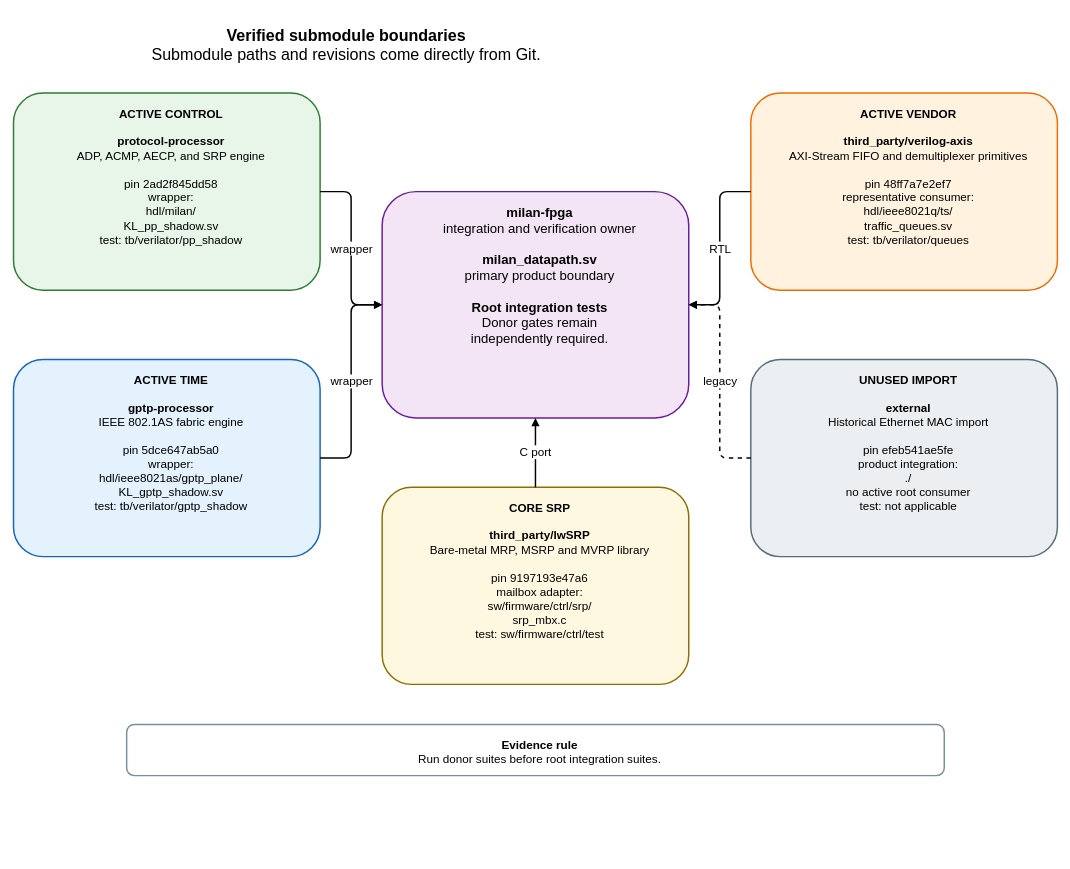
This is docs/diagrams/submodule_boundaries.drawio from kebag-logic/milan-fpga, a draw.io file, before an edit. Source tidied: cells renumbered, new cells numbered last; positions are measured from the earlier drawing's top-left corner, leaving out a move shared by most shapes. Both pictures are drawn from the tidied source at 73%, with x=0, y=0 at pixel (13, 12).
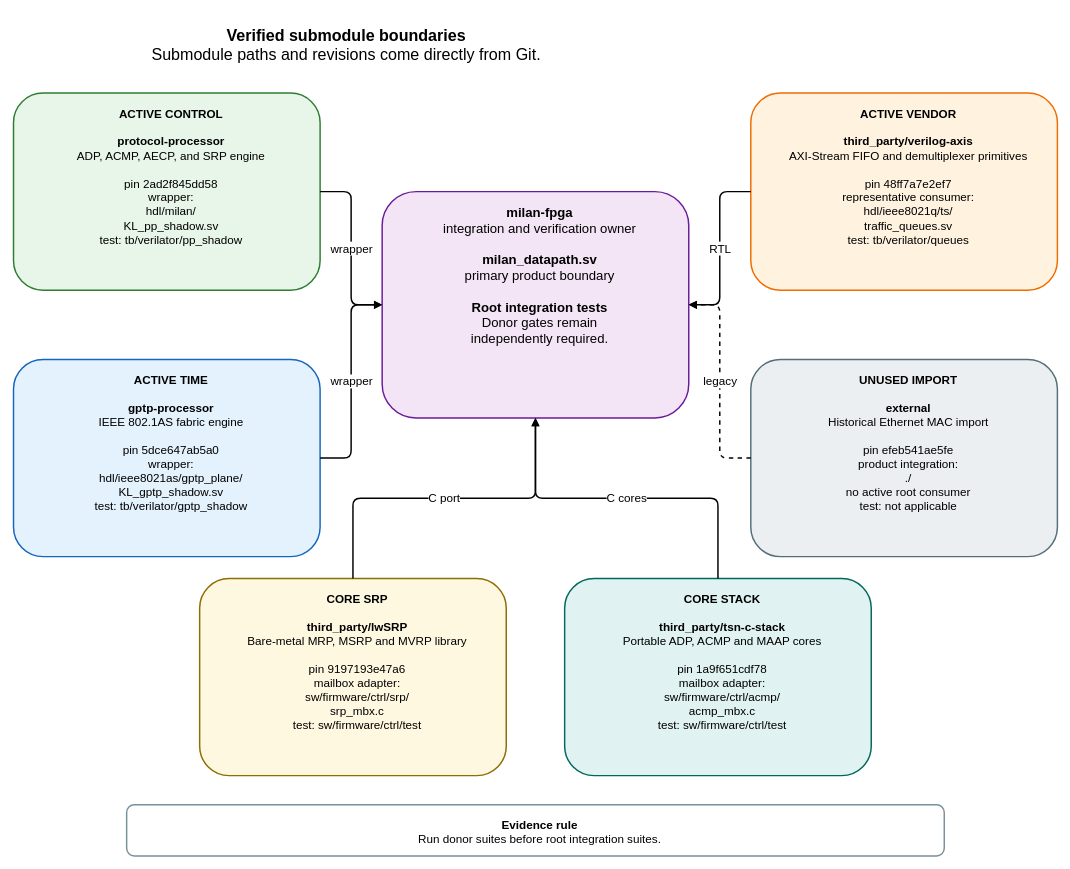
After the change.

Commit message (it also covers changes not shown here):
Add tsn-c-stack as a pinned submodule and trust it in the act manifest

Change to the diagram source:
```diff
@@
 <mxGraphModel>
   <root>
     <mxCell id="0" />
     <mxCell id="1" parent="0" />
     <mxCell id="2" value="&lt;b&gt;Verified submodule boundaries&lt;/b&gt;&lt;br&gt;Submodule paths and revisions come directly from Git." style="rounded=1;whiteSpace=wrap;html=1;verticalAlign=top;spacingTop=12;spacingLeft=12;fontSize=22;fontFamily=Helvetica;fillColor=none;strokeColor=none;strokeWidth=2;" parent="1" vertex="1">
       <mxGeometry width="900" height="65" as="geometry" />
     </mxCell>
     <mxCell id="3" value="&lt;b&gt;milan-fpga&lt;/b&gt;&lt;br&gt;integration and verification owner&lt;br&gt;&lt;br&gt;&lt;b&gt;milan_datapath.sv&lt;/b&gt;&lt;br&gt;primary product boundary&lt;br&gt;&lt;br&gt;&lt;b&gt;Root integration tests&lt;/b&gt;&lt;br&gt;Donor gates remain&lt;br&gt;independently required." style="rounded=1;whiteSpace=wrap;html=1;verticalAlign=top;spacingTop=12;spacingLeft=12;fontSize=18;fontFamily=Helvetica;fillColor=#F3E5F5;strokeColor=#6A1B9A;strokeWidth=2;" parent="1" vertex="1">
       <mxGeometry x="505" y="245" width="420" height="310" as="geometry" />
     </mxCell>
     <mxCell id="4" value="&lt;b&gt;ACTIVE CONTROL&lt;/b&gt;&lt;br&gt;&lt;br&gt;&lt;b&gt;protocol-processor&lt;/b&gt;&lt;br&gt;ADP, ACMP, AECP, and SRP engine&lt;br&gt;&lt;br&gt;pin 2ad2f845dd58&lt;br&gt;wrapper:&lt;br&gt;hdl/milan/&lt;br&gt;KL_pp_shadow.sv&lt;br&gt;test: tb/verilator/pp_shadow" style="rounded=1;whiteSpace=wrap;html=1;verticalAlign=top;spacingTop=12;spacingLeft=12;fontSize=16;fontFamily=Helvetica;fillColor=#E8F5E9;strokeColor=#2E7D32;strokeWidth=2;" parent="1" vertex="1">
       <mxGeometry y="110" width="420" height="270" as="geometry" />
     </mxCell>
     <mxCell id="5" value="&lt;b&gt;ACTIVE TIME&lt;/b&gt;&lt;br&gt;&lt;br&gt;&lt;b&gt;gptp-processor&lt;/b&gt;&lt;br&gt;IEEE 802.1AS fabric engine&lt;br&gt;&lt;br&gt;pin 5dce647ab5a0&lt;br&gt;wrapper:&lt;br&gt;hdl/ieee8021as/gptp_plane/&lt;br&gt;KL_gptp_shadow.sv&lt;br&gt;test: tb/verilator/gptp_shadow" style="rounded=1;whiteSpace=wrap;html=1;verticalAlign=top;spacingTop=12;spacingLeft=12;fontSize=16;fontFamily=Helvetica;fillColor=#E3F2FD;strokeColor=#1565C0;strokeWidth=2;" parent="1" vertex="1">
       <mxGeometry y="475" width="420" height="270" as="geometry" />
     </mxCell>
     <mxCell id="6" value="&lt;b&gt;ACTIVE VENDOR&lt;/b&gt;&lt;br&gt;&lt;br&gt;&lt;b&gt;third_party/verilog-axis&lt;/b&gt;&lt;br&gt;AXI-Stream FIFO and demultiplexer primitives&lt;br&gt;&lt;br&gt;pin 48ff7a7e2ef7&lt;br&gt;representative consumer:&lt;br&gt;hdl/ieee8021q/ts/&lt;br&gt;traffic_queues.sv&lt;br&gt;test: tb/verilator/queues" style="rounded=1;whiteSpace=wrap;html=1;verticalAlign=top;spacingTop=12;spacingLeft=12;fontSize=16;fontFamily=Helvetica;fillColor=#FFF3E0;strokeColor=#EF6C00;strokeWidth=2;" parent="1" vertex="1">
       <mxGeometry x="1010" y="110" width="420" height="270" as="geometry" />
     </mxCell>
     <mxCell id="7" value="&lt;b&gt;UNUSED IMPORT&lt;/b&gt;&lt;br&gt;&lt;br&gt;&lt;b&gt;external&lt;/b&gt;&lt;br&gt;Historical Ethernet MAC import&lt;br&gt;&lt;br&gt;pin efeb541ae5fe&lt;br&gt;product integration:&lt;br&gt;./&lt;br&gt;no active root consumer&lt;br&gt;test: not applicable" style="rounded=1;whiteSpace=wrap;html=1;verticalAlign=top;spacingTop=12;spacingLeft=12;fontSize=16;fontFamily=Helvetica;fillColor=#ECEFF1;strokeColor=#546E7A;strokeWidth=2;" parent="1" vertex="1">
       <mxGeometry x="1010" y="475" width="420" height="270" as="geometry" />
     </mxCell>
     <mxCell id="8" value="&lt;b&gt;CORE SRP&lt;/b&gt;&lt;br&gt;&lt;br&gt;&lt;b&gt;third_party/lwSRP&lt;/b&gt;&lt;br&gt;Bare-metal MRP, MSRP and MVRP library&lt;br&gt;&lt;br&gt;pin 9197193e47a6&lt;br&gt;mailbox adapter:&lt;br&gt;sw/firmware/ctrl/srp/&lt;br&gt;srp_mbx.c&lt;br&gt;test: sw/firmware/ctrl/test" style="rounded=1;whiteSpace=wrap;html=1;verticalAlign=top;spacingTop=12;spacingLeft=12;fontSize=16;fontFamily=Helvetica;fillColor=#FFF8E1;strokeColor=#8D6E00;strokeWidth=2;" parent="1" vertex="1">
-      <mxGeometry x="505" y="650" width="420" height="270" as="geometry" />
+      <mxGeometry x="255" y="775" width="420" height="270" as="geometry" />
     </mxCell>
+    <mxCell id="15" value="&lt;b&gt;CORE STACK&lt;/b&gt;&lt;br&gt;&lt;br&gt;&lt;b&gt;third_party/tsn-c-stack&lt;/b&gt;&lt;br&gt;Portable ADP, ACMP and MAAP cores&lt;br&gt;&lt;br&gt;pin 1a9f651cdf78&lt;br&gt;mailbox adapter:&lt;br&gt;sw/firmware/ctrl/acmp/&lt;br&gt;acmp_mbx.c&lt;br&gt;test: sw/firmware/ctrl/test" style="rounded=1;whiteSpace=wrap;html=1;verticalAlign=top;spacingTop=12;spacingLeft=12;fontSize=16;fontFamily=Helvetica;fillColor=#E0F2F1;strokeColor=#00695C;strokeWidth=2;" parent="1" vertex="1">
+      <mxGeometry x="755" y="775" width="420" height="270" as="geometry" />
+    </mxCell>
     <mxCell id="9" value="wrapper" style="edgeStyle=orthogonalEdgeStyle;rounded=1;jettySize=auto;html=1;endArrow=block;endFill=1;strokeWidth=2;fontSize=16;fontFamily=Helvetica;labelBackgroundColor=#FFFFFF;" parent="1" edge="1" source="4" target="3">
       <mxGeometry relative="1" as="geometry" />
     </mxCell>
     <mxCell id="10" value="wrapper" style="edgeStyle=orthogonalEdgeStyle;rounded=1;jettySize=auto;html=1;endArrow=block;endFill=1;strokeWidth=2;fontSize=16;fontFamily=Helvetica;labelBackgroundColor=#FFFFFF;" parent="1" edge="1" source="5" target="3">
       <mxGeometry relative="1" as="geometry" />
     </mxCell>
     <mxCell id="11" value="RTL" style="edgeStyle=orthogonalEdgeStyle;rounded=1;jettySize=auto;html=1;endArrow=block;endFill=1;strokeWidth=2;fontSize=16;fontFamily=Helvetica;labelBackgroundColor=#FFFFFF;" parent="1" edge="1" source="6" target="3">
       <mxGeometry relative="1" as="geometry" />
     </mxCell>
     <mxCell id="12" value="legacy" style="edgeStyle=orthogonalEdgeStyle;rounded=1;jettySize=auto;html=1;endArrow=block;endFill=1;strokeWidth=2;fontSize=16;fontFamily=Helvetica;labelBackgroundColor=#FFFFFF;dashed=1;" parent="1" edge="1" source="7" target="3">
       <mxGeometry relative="1" as="geometry" />
     </mxCell>
     <mxCell id="13" value="C port" style="edgeStyle=orthogonalEdgeStyle;rounded=1;jettySize=auto;html=1;endArrow=block;endFill=1;strokeWidth=2;fontSize=16;fontFamily=Helvetica;labelBackgroundColor=#FFFFFF;" parent="1" edge="1" source="8" target="3">
       <mxGeometry relative="1" as="geometry" />
     </mxCell>
+    <mxCell id="16" value="C cores" style="edgeStyle=orthogonalEdgeStyle;rounded=1;jettySize=auto;html=1;endArrow=block;endFill=1;strokeWidth=2;fontSize=16;fontFamily=Helvetica;labelBackgroundColor=#FFFFFF;" parent="1" edge="1" source="15" target="3">
+      <mxGeometry relative="1" as="geometry" />
+    </mxCell>
     <mxCell id="14" value="&lt;b&gt;Evidence rule&lt;/b&gt;&lt;br&gt;Run donor suites before root integration suites." style="rounded=1;whiteSpace=wrap;html=1;verticalAlign=top;spacingTop=12;spacingLeft=12;fontSize=16;fontFamily=Helvetica;fillColor=#FFFFFF;strokeColor=#78909C;strokeWidth=2;" parent="1" vertex="1">
-      <mxGeometry x="155" y="975" width="1120" height="70" as="geometry" />
+      <mxGeometry x="155" y="1085" width="1120" height="70" as="geometry" />
     </mxCell>
   </root>
 </mxGraphModel>
```
